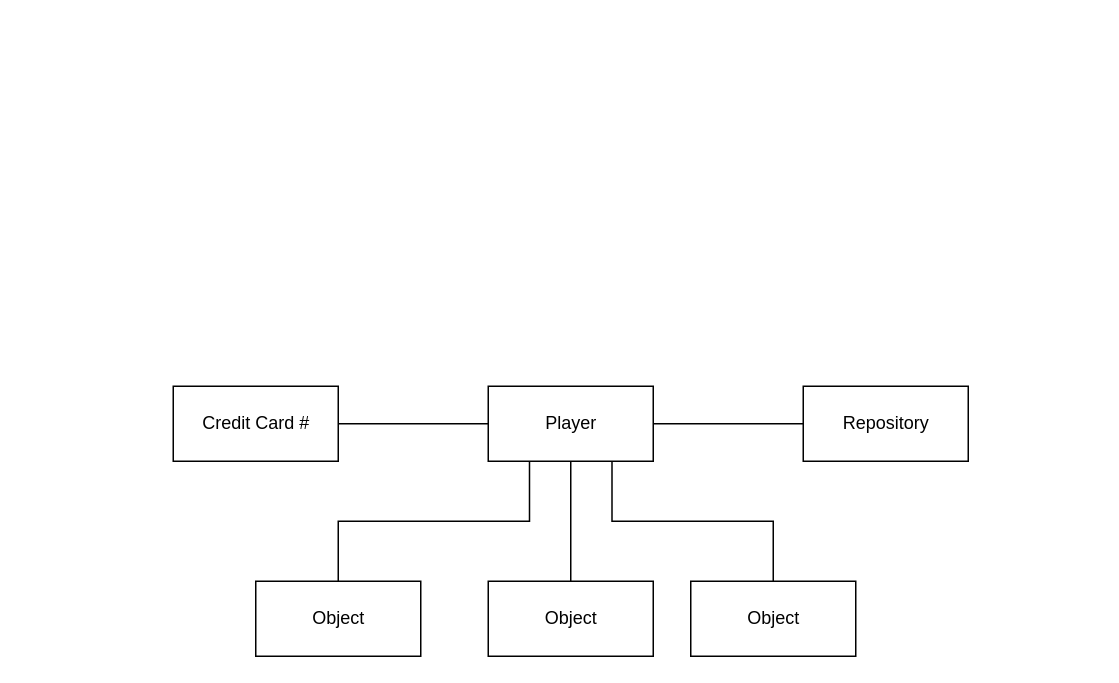
Earlier version of the draw.io diagram page "Domain Model" (3 of 3) of Fileball Game Diagrams.drawio (sunrise858/CISC210Draw). Source tidied: cells renumbered, new cells numbered last; positions are measured from the earlier drawing's top-left corner, leaving out a move shared by most shapes. Both pictures are drawn from the tidied source at 150%, with x=0, y=0 at pixel (172, 386).
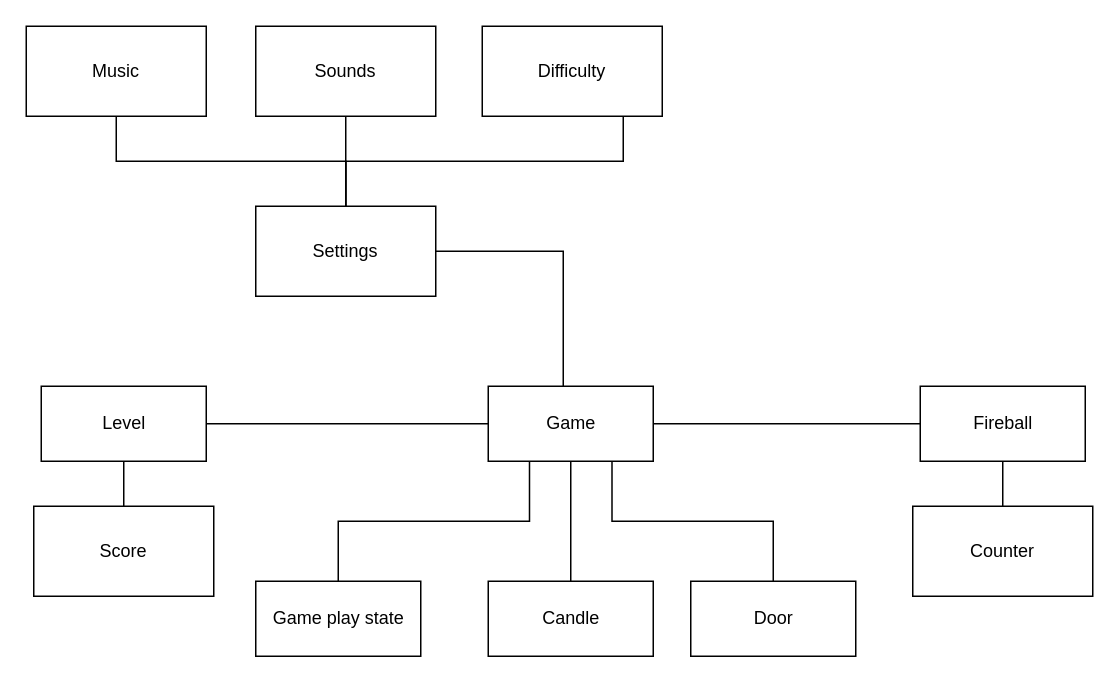
The same page after the edit.

Commit message (it also covers changes not shown here):
Update Fireball Game Diagrams.drawio

Change to the diagram source:
```diff
@@
+    <mxCell id="13" style="edgeStyle=orthogonalEdgeStyle;rounded=0;jettySize=auto;html=1;entryX=1;entryY=0.5;entryDx=0;entryDy=0;endArrow=none;endFill=0;" parent="1" edge="1" source="6" target="21">
+      <mxGeometry relative="1" as="geometry">
+        <Array as="points">
+          <mxPoint x="260" y="-90" />
+        </Array>
+      </mxGeometry>
+    </mxCell>
-    <mxCell id="6" value="Player" style="html=1;" parent="1" vertex="1">
+    <mxCell id="6" value="Game" style="html=1;" parent="1" vertex="1">
       <mxGeometry x="210" width="110" height="50" as="geometry" />
     </mxCell>
-    <mxCell id="7" value="Object" style="html=1;" parent="1" vertex="1">
+    <mxCell id="7" value="Game play state" style="html=1;" parent="1" vertex="1">
       <mxGeometry x="55" y="130" width="110" height="50" as="geometry" />
     </mxCell>
+    <mxCell id="14" style="edgeStyle=orthogonalEdgeStyle;jettySize=auto;html=1;entryX=0.5;entryY=0;entryDx=0;entryDy=0;endArrow=none;endFill=0;rounded=0;" parent="1" edge="1" source="8" target="17">
+      <mxGeometry relative="1" as="geometry" />
+    </mxCell>
-    <mxCell id="8" value="Repository" style="html=1;" parent="1" vertex="1">
-      <mxGeometry x="420" width="110" height="50" as="geometry" />
+    <mxCell id="8" value="Fireball" style="html=1;" parent="1" vertex="1">
+      <mxGeometry x="498" width="110" height="50" as="geometry" />
     </mxCell>
@@
+    <mxCell id="15" style="edgeStyle=orthogonalEdgeStyle;curved=1;jettySize=auto;html=1;entryX=0.5;entryY=0;entryDx=0;entryDy=0;endArrow=none;endFill=0;" parent="1" edge="1" source="10" target="16">
+      <mxGeometry relative="1" as="geometry" />
+    </mxCell>
-    <mxCell id="10" value="Credit Card #" style="html=1;" parent="1" vertex="1">
-      <mxGeometry width="110" height="50" as="geometry" />
+    <mxCell id="10" value="Level" style="html=1;" parent="1" vertex="1">
+      <mxGeometry x="-88" width="110" height="50" as="geometry" />
     </mxCell>
-    <mxCell id="11" value="Object" style="html=1;" parent="1" vertex="1">
+    <mxCell id="11" value="Candle" style="html=1;" parent="1" vertex="1">
       <mxGeometry x="210" y="130" width="110" height="50" as="geometry" />
     </mxCell>
-    <mxCell id="12" value="Object" style="html=1;" parent="1" vertex="1">
+    <mxCell id="12" value="Door" style="html=1;" parent="1" vertex="1">
       <mxGeometry x="345" y="130" width="110" height="50" as="geometry" />
     </mxCell>
+    <mxCell id="16" value="Score" style="rounded=0;whiteSpace=wrap;html=1;" parent="1" vertex="1">
+      <mxGeometry x="-93" y="80" width="120" height="60" as="geometry" />
+    </mxCell>
+    <mxCell id="17" value="Counter" style="rounded=0;whiteSpace=wrap;html=1;" parent="1" vertex="1">
+      <mxGeometry x="493" y="80" width="120" height="60" as="geometry" />
+    </mxCell>
+    <mxCell id="18" style="edgeStyle=orthogonalEdgeStyle;rounded=0;jettySize=auto;html=1;exitX=0.5;exitY=0;exitDx=0;exitDy=0;entryX=1;entryY=0.5;entryDx=0;entryDy=0;endArrow=none;endFill=0;" parent="1" edge="1" source="21" target="22">
+      <mxGeometry relative="1" as="geometry">
+        <Array as="points">
+          <mxPoint x="115" y="-150" />
+          <mxPoint x="-38" y="-150" />
+          <mxPoint x="-38" y="-210" />
+        </Array>
+      </mxGeometry>
+    </mxCell>
+    <mxCell id="19" style="edgeStyle=orthogonalEdgeStyle;rounded=0;jettySize=auto;html=1;entryX=0.5;entryY=1;entryDx=0;entryDy=0;endArrow=none;endFill=0;" parent="1" edge="1" source="21" target="23">
+      <mxGeometry relative="1" as="geometry" />
+    </mxCell>
+    <mxCell id="20" style="edgeStyle=orthogonalEdgeStyle;rounded=0;jettySize=auto;html=1;entryX=0.5;entryY=1;entryDx=0;entryDy=0;endArrow=none;endFill=0;" parent="1" edge="1" source="21" target="24">
+      <mxGeometry relative="1" as="geometry">
+        <Array as="points">
+          <mxPoint x="115" y="-150" />
+          <mxPoint x="300" y="-150" />
+        </Array>
+      </mxGeometry>
+    </mxCell>
+    <mxCell id="21" value="Settings" style="rounded=0;whiteSpace=wrap;html=1;" parent="1" vertex="1">
+      <mxGeometry x="55" y="-120" width="120" height="60" as="geometry" />
+    </mxCell>
+    <mxCell id="22" value="Music" style="rounded=0;whiteSpace=wrap;html=1;" parent="1" vertex="1">
+      <mxGeometry x="-98" y="-240" width="120" height="60" as="geometry" />
+    </mxCell>
+    <mxCell id="23" value="Sounds" style="rounded=0;whiteSpace=wrap;html=1;" parent="1" vertex="1">
+      <mxGeometry x="55" y="-240" width="120" height="60" as="geometry" />
+    </mxCell>
+    <mxCell id="24" value="Difficulty" style="rounded=0;whiteSpace=wrap;html=1;" parent="1" vertex="1">
+      <mxGeometry x="206" y="-240" width="120" height="60" as="geometry" />
+    </mxCell>
```
